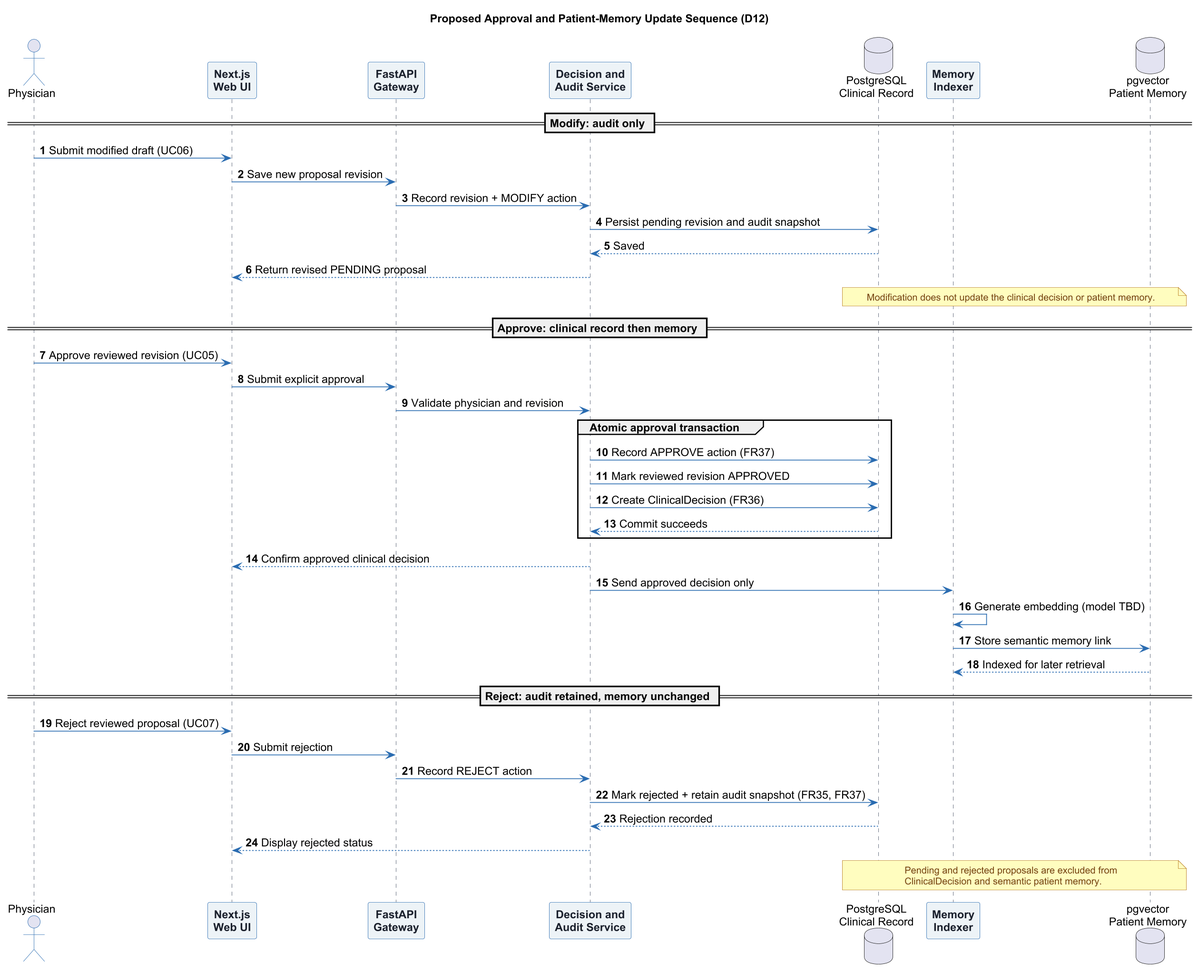
Above: Report template/Figures/esha_D12_memory_update_sequence.png in fatimamalik2307/fyp-report (PlantUML), before the change. The source it was exported from:
```plantuml
@startuml esha_D12_memory_update_sequence
autonumber
skinparam backgroundColor #FFFFFF
skinparam shadowing false
skinparam defaultFontName Arial
skinparam defaultFontSize 14
skinparam dpi 160
skinparam sequence {
  ArrowColor #2B6CB0
  ActorBorderColor #2B6CB0
  LifeLineBorderColor #4A5568
  LifeLineBackgroundColor #EDF2F7
  ParticipantBorderColor #2B6CB0
  ParticipantBackgroundColor #EDF2F7
  ParticipantFontColor #1A202C
  ParticipantFontStyle bold
}
skinparam note {
  BackgroundColor #FEFCBF
  BorderColor #B7791F
  FontColor #744210
  FontSize 12
}
title Proposed Approval and Patient-Memory Update Sequence (D12)

actor Physician as Doctor
participant "Next.js\nWeb UI" as UI
participant "FastAPI\nGateway" as API
participant "Decision and\nAudit Service" as Decision
database "PostgreSQL\nClinical Record" as Record
participant "Memory\nIndexer" as Indexer
database "pgvector\nPatient Memory" as Memory

== Modify: audit only ==
Doctor -> UI : Submit modified draft (UC06)
UI -> API : Save new proposal revision
API -> Decision : Record revision + MODIFY action
Decision -> Record : Persist pending revision and audit snapshot
Record --> Decision : Saved
Decision --> UI : Return revised PENDING proposal
note over Record, Memory : Modification does not update the clinical decision or patient memory.
== Approve: clinical record then memory ==
Doctor -> UI : Approve reviewed revision (UC05)
UI -> API : Submit explicit approval
API -> Decision : Validate physician and revision
group Atomic approval transaction
  Decision -> Record : Record APPROVE action (FR37)
  Decision -> Record : Mark reviewed revision APPROVED
  Decision -> Record : Create ClinicalDecision (FR36)
  Record --> Decision : Commit succeeds
end
Decision --> UI : Confirm approved clinical decision
Decision -> Indexer : Send approved decision only
Indexer -> Indexer : Generate embedding (model TBD)
Indexer -> Memory : Store semantic memory link
Memory --> Indexer : Indexed for later retrieval
== Reject: audit retained, memory unchanged ==
Doctor -> UI : Reject reviewed proposal (UC07)
UI -> API : Submit rejection
API -> Decision : Record REJECT action
Decision -> Record : Mark rejected + retain audit snapshot (FR35, FR37)
Record --> Decision : Rejection recorded
Decision --> UI : Display rejected status
note over Record, Memory
  Pending and rejected proposals are excluded from
  ClinicalDecision and semantic patient memory.
end note
@enduml
```
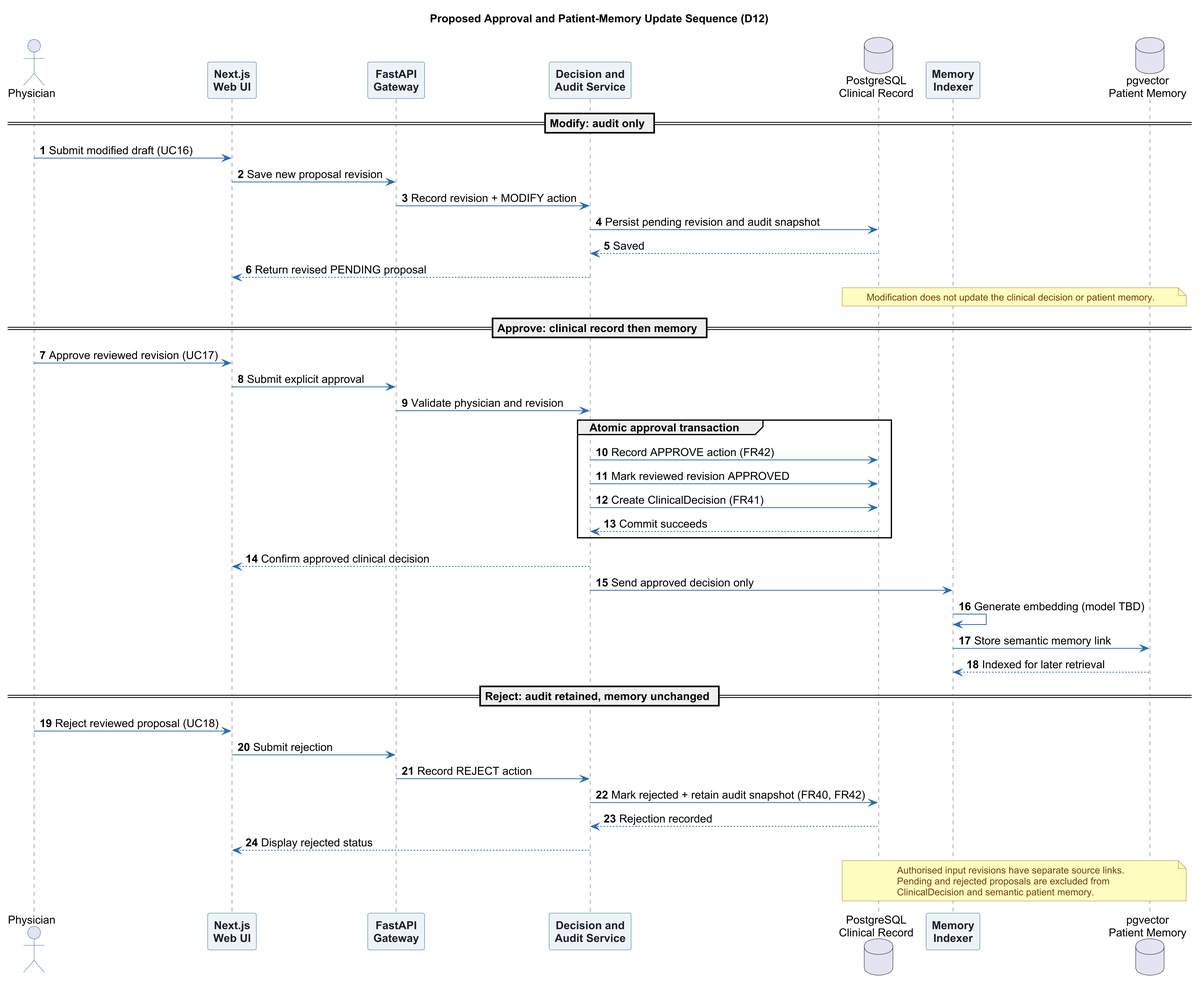
Later version of the same file.

Change to the diagram source:
```diff
@@ -4,7 +4,7 @@
 skinparam shadowing false
 skinparam defaultFontName Arial
 skinparam defaultFontSize 14
-skinparam dpi 160
+skinparam dpi 300
 skinparam sequence {
   ArrowColor #2B6CB0
   ActorBorderColor #2B6CB0
@@ -32,7 +32,7 @@
 database "pgvector\nPatient Memory" as Memory
 
 == Modify: audit only ==
-Doctor -> UI : Submit modified draft (UC06)
+Doctor -> UI : Submit modified draft (UC16)
 UI -> API : Save new proposal revision
 API -> Decision : Record revision + MODIFY action
 Decision -> Record : Persist pending revision and audit snapshot
@@ -40,13 +40,13 @@
 Decision --> UI : Return revised PENDING proposal
 note over Record, Memory : Modification does not update the clinical decision or patient memory.
 == Approve: clinical record then memory ==
-Doctor -> UI : Approve reviewed revision (UC05)
+Doctor -> UI : Approve reviewed revision (UC17)
 UI -> API : Submit explicit approval
 API -> Decision : Validate physician and revision
 group Atomic approval transaction
-  Decision -> Record : Record APPROVE action (FR37)
+  Decision -> Record : Record APPROVE action (FR42)
   Decision -> Record : Mark reviewed revision APPROVED
-  Decision -> Record : Create ClinicalDecision (FR36)
+  Decision -> Record : Create ClinicalDecision (FR41)
   Record --> Decision : Commit succeeds
 end
 Decision --> UI : Confirm approved clinical decision
@@ -55,13 +55,14 @@
 Indexer -> Memory : Store semantic memory link
 Memory --> Indexer : Indexed for later retrieval
 == Reject: audit retained, memory unchanged ==
-Doctor -> UI : Reject reviewed proposal (UC07)
+Doctor -> UI : Reject reviewed proposal (UC18)
 UI -> API : Submit rejection
 API -> Decision : Record REJECT action
-Decision -> Record : Mark rejected + retain audit snapshot (FR35, FR37)
+Decision -> Record : Mark rejected + retain audit snapshot (FR40, FR42)
 Record --> Decision : Rejection recorded
 Decision --> UI : Display rejected status
 note over Record, Memory
+  Authorised input revisions have separate source links.
   Pending and rejected proposals are excluded from
   ClinicalDecision and semantic patient memory.
 end note
```
